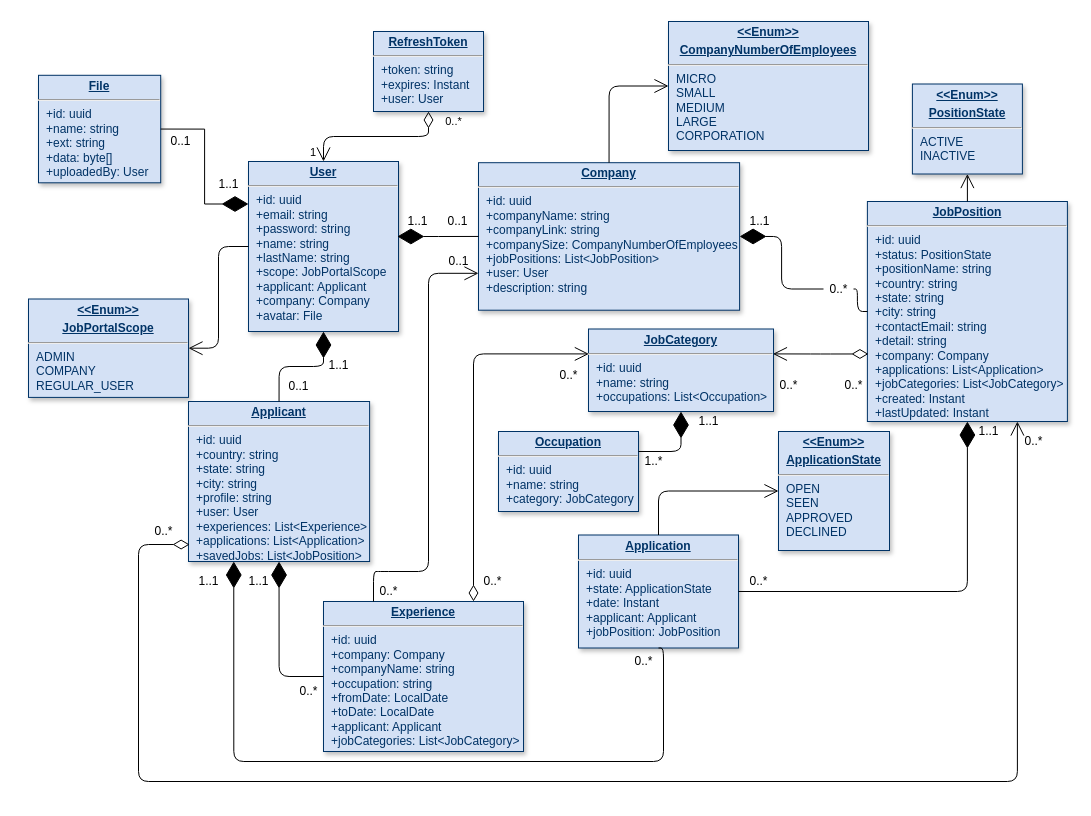
BUTAJI9l-IT/job-portal keeps this draw.io diagram as diagrams/Class.drawio. Above is the earlier version. Source tidied: cells renumbered, new cells numbered last; positions are measured from the earlier drawing's top-left corner, leaving out a move shared by most shapes. Both pictures are drawn from the tidied source at 100%, with x=0, y=0 at pixel (28, 21).
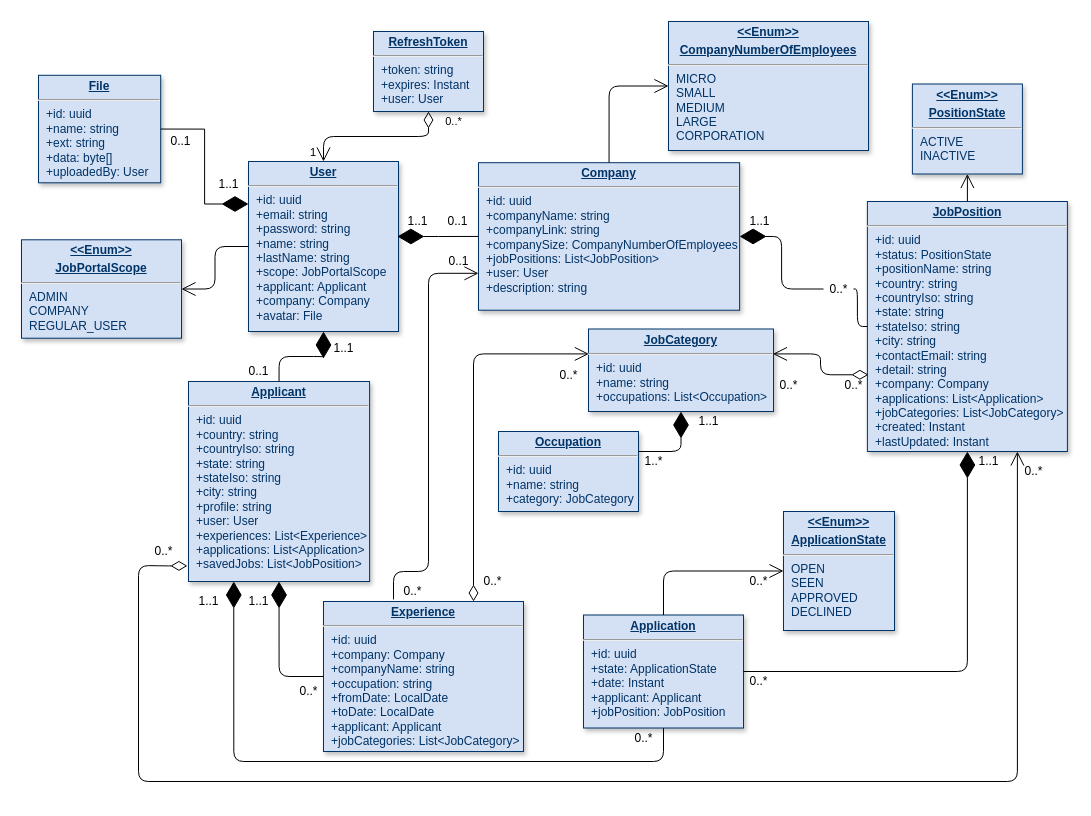
The same page after the edit.

The change refers to these unchanged cells:
```xml
<mxCell id="3" value="&lt;p style=&quot;margin: 0px; margin-top: 4px; text-align: center; text-decoration: underline;&quot;&gt;&lt;strong&gt;Company&lt;/strong&gt;&lt;/p&gt;&lt;hr&gt;&lt;p style=&quot;margin: 0px; margin-left: 8px;&quot;&gt;+id: uuid&lt;/p&gt;&lt;p style=&quot;margin: 0px; margin-left: 8px;&quot;&gt;&lt;span style=&quot;background-color: initial;&quot;&gt;+companyName: string&lt;/span&gt;&lt;br&gt;&lt;/p&gt;&lt;p style=&quot;margin: 0px; margin-left: 8px;&quot;&gt;+companyLink: string&lt;/p&gt;&lt;p style=&quot;margin: 0px; margin-left: 8px;&quot;&gt;+companySize: CompanyNumberOfEmployees&lt;/p&gt;&lt;p style=&quot;margin: 0px; margin-left: 8px;&quot;&gt;+jobPositions: List&amp;lt;JobPosition&amp;gt;&lt;/p&gt;&lt;p style=&quot;margin: 0px; margin-left: 8px;&quot;&gt;+user: User&lt;/p&gt;&lt;p style=&quot;margin: 0px; margin-left: 8px;&quot;&gt;+description: string&lt;/p&gt;" style="verticalAlign=top;align=left;overflow=fill;fontSize=12;fontFamily=Helvetica;html=1;strokeColor=#003366;shadow=1;fillColor=#D4E1F5;fontColor=#003366;" parent="1" vertex="1">
  <mxGeometry x="450" y="141.2" width="261.1" height="147.5" as="geometry" />
</mxCell>
<mxCell id="10" value="&lt;p style=&quot;margin: 0px; margin-top: 4px; text-align: center; text-decoration: underline;&quot;&gt;&lt;strong&gt;Experience&lt;/strong&gt;&lt;/p&gt;&lt;hr&gt;&lt;p style=&quot;margin: 0px; margin-left: 8px;&quot;&gt;+id: uuid&lt;/p&gt;&lt;p style=&quot;margin: 0px; margin-left: 8px;&quot;&gt;+company: Company&lt;/p&gt;&lt;p style=&quot;margin: 0px; margin-left: 8px;&quot;&gt;+companyName: string&lt;/p&gt;&lt;p style=&quot;margin: 0px; margin-left: 8px;&quot;&gt;+occupation: string&lt;/p&gt;&lt;p style=&quot;margin: 0px; margin-left: 8px;&quot;&gt;+fromDate&lt;span style=&quot;background-color: initial;&quot;&gt;: LocalDate&lt;/span&gt;&lt;/p&gt;&lt;p style=&quot;margin: 0px; margin-left: 8px;&quot;&gt;+toDate: LocalDate&lt;/p&gt;&lt;p style=&quot;margin: 0px; margin-left: 8px;&quot;&gt;+applicant: Applicant&lt;/p&gt;&lt;p style=&quot;margin: 0px; margin-left: 8px;&quot;&gt;+jobCategories: List&amp;lt;JobCategory&amp;gt;&lt;/p&gt;" style="verticalAlign=top;align=left;overflow=fill;fontSize=12;fontFamily=Helvetica;html=1;strokeColor=#003366;shadow=1;fillColor=#D4E1F5;fontColor=#003366;" parent="1" vertex="1">
  <mxGeometry x="295" y="580" width="200" height="150" as="geometry" />
</mxCell>
```

What changed in the source:
```diff
@@
     <mxCell id="2" value="&lt;p style=&quot;margin: 0px; margin-top: 4px; text-align: center; text-decoration: underline;&quot;&gt;&lt;b&gt;&amp;lt;&amp;lt;Enum&amp;gt;&amp;gt;&lt;/b&gt;&lt;strong&gt;&lt;br&gt;&lt;/strong&gt;&lt;/p&gt;&lt;p style=&quot;margin: 0px; margin-top: 4px; text-align: center; text-decoration: underline;&quot;&gt;&lt;strong&gt;ApplicationState&lt;/strong&gt;&lt;/p&gt;&lt;hr&gt;&lt;p style=&quot;margin: 0px; margin-left: 8px;&quot;&gt;OPEN&lt;/p&gt;&lt;p style=&quot;margin: 0px; margin-left: 8px;&quot;&gt;SEEN&lt;/p&gt;&lt;p style=&quot;margin: 0px; margin-left: 8px;&quot;&gt;APPROVED&lt;/p&gt;&lt;p style=&quot;margin: 0px; margin-left: 8px;&quot;&gt;DECLINED&lt;/p&gt;" style="verticalAlign=top;align=left;overflow=fill;fontSize=12;fontFamily=Helvetica;html=1;strokeColor=#003366;shadow=1;fillColor=#D4E1F5;fontColor=#003366;" parent="1" vertex="1">
-      <mxGeometry x="750" y="410" width="111" height="119" as="geometry" />
+      <mxGeometry x="755" y="490" width="111" height="119" as="geometry" />
     </mxCell>
@@
     <mxCell id="7" value="&lt;p style=&quot;margin: 0px; margin-top: 4px; text-align: center; text-decoration: underline;&quot;&gt;&lt;b&gt;Application&lt;/b&gt;&lt;/p&gt;&lt;hr&gt;&lt;p style=&quot;margin: 0px; margin-left: 8px;&quot;&gt;+id: uuid&lt;/p&gt;&lt;p style=&quot;margin: 0px; margin-left: 8px;&quot;&gt;+state: ApplicationState&lt;/p&gt;&lt;p style=&quot;margin: 0px; margin-left: 8px;&quot;&gt;+date: Instant&lt;/p&gt;&lt;p style=&quot;margin: 0px; margin-left: 8px;&quot;&gt;+applicant: Applicant&lt;/p&gt;&lt;p style=&quot;margin: 0px; margin-left: 8px;&quot;&gt;+jobPosition: JobPosition&lt;/p&gt;" style="verticalAlign=top;align=left;overflow=fill;fontSize=12;fontFamily=Helvetica;html=1;strokeColor=#003366;shadow=1;fillColor=#D4E1F5;fontColor=#003366;" parent="1" vertex="1">
-      <mxGeometry x="550" y="513.5" width="160" height="113" as="geometry" />
+      <mxGeometry x="555" y="593.5" width="160" height="113" as="geometry" />
     </mxCell>
     <mxCell id="8" value="&lt;p style=&quot;margin: 0px; margin-top: 4px; text-align: center; text-decoration: underline;&quot;&gt;&lt;b&gt;&amp;lt;&amp;lt;Enum&amp;gt;&amp;gt;&lt;/b&gt;&lt;/p&gt;&lt;p style=&quot;margin: 0px; margin-top: 4px; text-align: center; text-decoration: underline;&quot;&gt;&lt;b&gt;JobPortalScope&lt;/b&gt;&lt;/p&gt;&lt;hr&gt;&lt;p style=&quot;margin: 0px; margin-left: 8px;&quot;&gt;ADMIN&lt;/p&gt;&lt;p style=&quot;margin: 0px; margin-left: 8px;&quot;&gt;COMPANY&lt;/p&gt;&lt;p style=&quot;margin: 0px; margin-left: 8px;&quot;&gt;REGULAR_USER&lt;/p&gt;" style="verticalAlign=top;align=left;overflow=fill;fontSize=12;fontFamily=Helvetica;html=1;strokeColor=#003366;shadow=1;fillColor=#D4E1F5;fontColor=#003366;" parent="1" vertex="1">
-      <mxGeometry y="277.5" width="160" height="98.4" as="geometry" />
+      <mxGeometry x="-7" y="218.3" width="160" height="98.4" as="geometry" />
     </mxCell>
-    <mxCell id="9" value="&lt;p style=&quot;margin: 0px; margin-top: 4px; text-align: center; text-decoration: underline;&quot;&gt;&lt;b&gt;JobPosition&lt;/b&gt;&lt;/p&gt;&lt;hr&gt;&lt;p style=&quot;margin: 0px; margin-left: 8px;&quot;&gt;+id: uuid&lt;/p&gt;&lt;p style=&quot;margin: 0px; margin-left: 8px;&quot;&gt;+status: PositionState&lt;/p&gt;&lt;p style=&quot;margin: 0px; margin-left: 8px;&quot;&gt;+positionName: string&lt;/p&gt;&lt;p style=&quot;margin: 0px; margin-left: 8px;&quot;&gt;+country: string&lt;/p&gt;&lt;p style=&quot;margin: 0px; margin-left: 8px;&quot;&gt;+state: string&lt;/p&gt;&lt;p style=&quot;margin: 0px; margin-left: 8px;&quot;&gt;+city: string&lt;/p&gt;&lt;p style=&quot;margin: 0px; margin-left: 8px;&quot;&gt;+contactEmail: string&lt;br&gt;+detail: string&lt;/p&gt;&lt;p style=&quot;margin: 0px; margin-left: 8px;&quot;&gt;+company: Company&lt;/p&gt;&lt;p style=&quot;margin: 0px; margin-left: 8px;&quot;&gt;+applications: List&amp;lt;Application&amp;gt;&lt;/p&gt;&lt;p style=&quot;margin: 0px; margin-left: 8px;&quot;&gt;+jobCategories: List&amp;lt;JobCategory&amp;gt;&lt;/p&gt;&lt;p style=&quot;margin: 0px; margin-left: 8px;&quot;&gt;+created: Instant&lt;/p&gt;&lt;p style=&quot;margin: 0px; margin-left: 8px;&quot;&gt;+lastUpdated: Instant&lt;/p&gt;" style="verticalAlign=top;align=left;overflow=fill;fontSize=12;fontFamily=Helvetica;html=1;strokeColor=#003366;shadow=1;fillColor=#D4E1F5;fontColor=#003366;" parent="1" vertex="1">
-      <mxGeometry x="838.9" y="180" width="200" height="220" as="geometry" />
+    <mxCell id="9" value="&lt;p style=&quot;margin: 0px; margin-top: 4px; text-align: center; text-decoration: underline;&quot;&gt;&lt;b&gt;JobPosition&lt;/b&gt;&lt;/p&gt;&lt;hr&gt;&lt;p style=&quot;margin: 0px; margin-left: 8px;&quot;&gt;+id: uuid&lt;/p&gt;&lt;p style=&quot;margin: 0px; margin-left: 8px;&quot;&gt;+status: PositionState&lt;/p&gt;&lt;p style=&quot;margin: 0px; margin-left: 8px;&quot;&gt;+positionName: string&lt;/p&gt;&lt;p style=&quot;margin: 0px; margin-left: 8px;&quot;&gt;+country: string&lt;/p&gt;&lt;p style=&quot;margin: 0px; margin-left: 8px;&quot;&gt;+countryIso: string&lt;/p&gt;&lt;p style=&quot;margin: 0px; margin-left: 8px;&quot;&gt;+state: string&lt;/p&gt;&lt;p style=&quot;margin: 0px; margin-left: 8px;&quot;&gt;+stateIso: string&lt;/p&gt;&lt;p style=&quot;margin: 0px; margin-left: 8px;&quot;&gt;+city: string&lt;/p&gt;&lt;p style=&quot;margin: 0px; margin-left: 8px;&quot;&gt;+contactEmail: string&lt;br&gt;+detail: string&lt;/p&gt;&lt;p style=&quot;margin: 0px; margin-left: 8px;&quot;&gt;+company: Company&lt;/p&gt;&lt;p style=&quot;margin: 0px; margin-left: 8px;&quot;&gt;+applications: List&amp;lt;Application&amp;gt;&lt;/p&gt;&lt;p style=&quot;margin: 0px; margin-left: 8px;&quot;&gt;+jobCategories: List&amp;lt;JobCategory&amp;gt;&lt;/p&gt;&lt;p style=&quot;margin: 0px; margin-left: 8px;&quot;&gt;+created: Instant&lt;/p&gt;&lt;p style=&quot;margin: 0px; margin-left: 8px;&quot;&gt;+lastUpdated: Instant&lt;/p&gt;" style="verticalAlign=top;align=left;overflow=fill;fontSize=12;fontFamily=Helvetica;html=1;strokeColor=#003366;shadow=1;fillColor=#D4E1F5;fontColor=#003366;" parent="1" vertex="1">
+      <mxGeometry x="838.9" y="180" width="200" height="250" as="geometry" />
     </mxCell>
@@
-    <mxCell id="11" value="&lt;p style=&quot;margin: 0px; margin-top: 4px; text-align: center; text-decoration: underline;&quot;&gt;&lt;b&gt;Applicant&lt;/b&gt;&lt;/p&gt;&lt;hr&gt;&lt;p style=&quot;margin: 0px; margin-left: 8px;&quot;&gt;+id: uuid&lt;/p&gt;&lt;p style=&quot;margin: 0px; margin-left: 8px;&quot;&gt;+country: string&lt;/p&gt;&lt;p style=&quot;margin: 0px; margin-left: 8px;&quot;&gt;+state: string&lt;/p&gt;&lt;p style=&quot;margin: 0px; margin-left: 8px;&quot;&gt;+city: string&lt;/p&gt;&lt;p style=&quot;margin: 0px; margin-left: 8px;&quot;&gt;+profile: string&lt;/p&gt;&lt;p style=&quot;margin: 0px; margin-left: 8px;&quot;&gt;+user: User&lt;/p&gt;&lt;p style=&quot;margin: 0px; margin-left: 8px;&quot;&gt;+experiences: List&amp;lt;Experience&amp;gt;&lt;/p&gt;&lt;p style=&quot;margin: 0px; margin-left: 8px;&quot;&gt;+applications: List&amp;lt;Application&amp;gt;&lt;/p&gt;&lt;p style=&quot;margin: 0px; margin-left: 8px;&quot;&gt;+savedJobs: List&amp;lt;JobPosition&amp;gt;&lt;/p&gt;" style="verticalAlign=top;align=left;overflow=fill;fontSize=12;fontFamily=Helvetica;html=1;strokeColor=#003366;shadow=1;fillColor=#D4E1F5;fontColor=#003366;" parent="1" vertex="1">
-      <mxGeometry x="160" y="380" width="181.1" height="160" as="geometry" />
+    <mxCell id="11" value="&lt;p style=&quot;margin: 0px; margin-top: 4px; text-align: center; text-decoration: underline;&quot;&gt;&lt;b&gt;Applicant&lt;/b&gt;&lt;/p&gt;&lt;hr&gt;&lt;p style=&quot;margin: 0px; margin-left: 8px;&quot;&gt;+id: uuid&lt;/p&gt;&lt;p style=&quot;margin: 0px; margin-left: 8px;&quot;&gt;+country: string&lt;/p&gt;&lt;p style=&quot;margin: 0px 0px 0px 8px;&quot;&gt;+countryIso: string&lt;/p&gt;&lt;p style=&quot;margin: 0px 0px 0px 8px;&quot;&gt;+state: string&lt;/p&gt;&lt;p style=&quot;margin: 0px; margin-left: 8px;&quot;&gt;+stateIso: string&lt;/p&gt;&lt;p style=&quot;margin: 0px; margin-left: 8px;&quot;&gt;+city: string&lt;/p&gt;&lt;p style=&quot;margin: 0px; margin-left: 8px;&quot;&gt;+profile: string&lt;/p&gt;&lt;p style=&quot;margin: 0px; margin-left: 8px;&quot;&gt;+user: User&lt;/p&gt;&lt;p style=&quot;margin: 0px; margin-left: 8px;&quot;&gt;+experiences: List&amp;lt;Experience&amp;gt;&lt;/p&gt;&lt;p style=&quot;margin: 0px; margin-left: 8px;&quot;&gt;+applications: List&amp;lt;Application&amp;gt;&lt;/p&gt;&lt;p style=&quot;margin: 0px; margin-left: 8px;&quot;&gt;+savedJobs: List&amp;lt;JobPosition&amp;gt;&lt;/p&gt;" style="verticalAlign=top;align=left;overflow=fill;fontSize=12;fontFamily=Helvetica;html=1;strokeColor=#003366;shadow=1;fillColor=#D4E1F5;fontColor=#003366;" parent="1" vertex="1">
+      <mxGeometry x="160" y="360" width="181.1" height="200" as="geometry" />
     </mxCell>
@@
     <mxCell id="13" value="0..1" style="text;html=1;align=center;verticalAlign=middle;strokeColor=none;fillColor=none;" parent="1" vertex="1">
-      <mxGeometry x="250" y="355" width="40" height="20" as="geometry" />
+      <mxGeometry x="210" y="340" width="40" height="20" as="geometry" />
     </mxCell>
@@
     <mxCell id="16" value="1..1" style="text;html=1;align=center;verticalAlign=middle;strokeColor=none;fillColor=none;" parent="1" vertex="1">
-      <mxGeometry x="290" y="334" width="40" height="20" as="geometry" />
+      <mxGeometry x="295" y="316.7" width="40" height="20" as="geometry" />
     </mxCell>
@@
     <mxCell id="22" value="1..1" style="text;html=1;align=center;verticalAlign=middle;strokeColor=none;fillColor=none;" parent="1" vertex="1">
-      <mxGeometry x="940" y="400" width="40" height="20" as="geometry" />
+      <mxGeometry x="940" y="430" width="40" height="20" as="geometry" />
     </mxCell>
@@
     <mxCell id="27" value="1..1" style="text;html=1;align=center;verticalAlign=middle;strokeColor=none;fillColor=none;" parent="1" vertex="1">
-      <mxGeometry x="210" y="550" width="40" height="20" as="geometry" />
+      <mxGeometry x="210" y="570" width="40" height="20" as="geometry" />
     </mxCell>
@@
-    <mxCell id="29" style="endArrow=open;endFill=1;endSize=12;html=1;rounded=1;entryX=0;entryY=0.75;entryDx=0;entryDy=0;exitX=0.25;exitY=0;exitDx=0;exitDy=0;edgeStyle=orthogonalEdgeStyle;" parent="1" edge="1" source="10" target="3">
+    <mxCell id="29" style="endArrow=open;endFill=1;endSize=12;html=1;rounded=1;entryX=0;entryY=0.75;entryDx=0;entryDy=0;exitX=0.35;exitY=-0.014;exitDx=0;exitDy=0;edgeStyle=orthogonalEdgeStyle;exitPerimeter=0;" parent="1" edge="1" source="10" target="3">
       <mxGeometry relative="1" as="geometry">
         <Array as="points">
-          <mxPoint x="350" y="550" />
+          <mxPoint x="365" y="550" />
           <mxPoint x="400" y="550" />
-          <mxPoint x="400" y="246" />
+          <mxPoint x="400" y="252" />
         </Array>
       </mxGeometry>
     </mxCell>
@@
     <mxCell id="31" value="0..*" style="text;html=1;align=center;verticalAlign=middle;strokeColor=none;fillColor=none;" parent="1" vertex="1">
-      <mxGeometry x="345" y="560" width="30" height="20" as="geometry" />
+      <mxGeometry x="368.9" y="560" width="30" height="20" as="geometry" />
     </mxCell>
@@
     <mxCell id="42" value="1..1" style="text;html=1;align=center;verticalAlign=middle;strokeColor=none;fillColor=none;" parent="1" vertex="1">
-      <mxGeometry x="160" y="550" width="40" height="20" as="geometry" />
+      <mxGeometry x="160" y="570" width="40" height="20" as="geometry" />
     </mxCell>
     <mxCell id="43" value="0..*" style="text;html=1;align=center;verticalAlign=middle;strokeColor=none;fillColor=none;" parent="1" vertex="1">
-      <mxGeometry x="600" y="630" width="30" height="20" as="geometry" />
+      <mxGeometry x="715" y="650" width="30" height="20" as="geometry" />
     </mxCell>
@@
-    <mxCell id="48" value="1" style="endArrow=open;html=1;endSize=12;startArrow=diamondThin;startSize=14;startFill=0;edgeStyle=orthogonalEdgeStyle;align=left;verticalAlign=bottom;rounded=1;exitX=0.006;exitY=0.894;exitDx=0;exitDy=0;strokeWidth=1;fontColor=none;noLabel=1;exitPerimeter=0;entryX=0.75;entryY=1;entryDx=0;entryDy=0;" parent="1" edge="1" source="11" target="9">
+    <mxCell id="48" value="1" style="endArrow=open;html=1;endSize=12;startArrow=diamondThin;startSize=14;startFill=0;edgeStyle=orthogonalEdgeStyle;align=left;verticalAlign=bottom;rounded=1;strokeWidth=1;fontColor=none;noLabel=1;entryX=0.75;entryY=1;entryDx=0;entryDy=0;exitX=-0.006;exitY=0.922;exitDx=0;exitDy=0;exitPerimeter=0;" parent="1" edge="1" source="11" target="9">
       <mxGeometry x="-1" y="235" relative="1" as="geometry">
         <Array as="points">
-          <mxPoint x="110" y="523" />
+          <mxPoint x="140" y="544" />
+          <mxPoint x="110" y="544" />
           <mxPoint x="110" y="760" />
           <mxPoint x="989" y="760" />
         </Array>
         <mxPoint x="211" y="-132" as="offset" />
       </mxGeometry>
     </mxCell>
     <mxCell id="49" value="0..*" style="text;html=1;align=center;verticalAlign=middle;strokeColor=none;fillColor=none;" parent="1" vertex="1">
-      <mxGeometry x="120" y="500" width="30" height="20" as="geometry" />
+      <mxGeometry x="120" y="520" width="30" height="20" as="geometry" />
     </mxCell>
     <mxCell id="50" value="0..*" style="text;html=1;align=center;verticalAlign=middle;strokeColor=none;fillColor=none;" parent="1" vertex="1">
-      <mxGeometry x="990" y="410" width="30" height="20" as="geometry" />
+      <mxGeometry x="990" y="440" width="30" height="20" as="geometry" />
     </mxCell>
@@
+    <mxCell id="59" value="0..*" style="text;html=1;align=center;verticalAlign=middle;strokeColor=none;fillColor=none;" parent="1" vertex="1">
+      <mxGeometry x="600" y="706.5" width="30" height="20" as="geometry" />
+    </mxCell>
```
